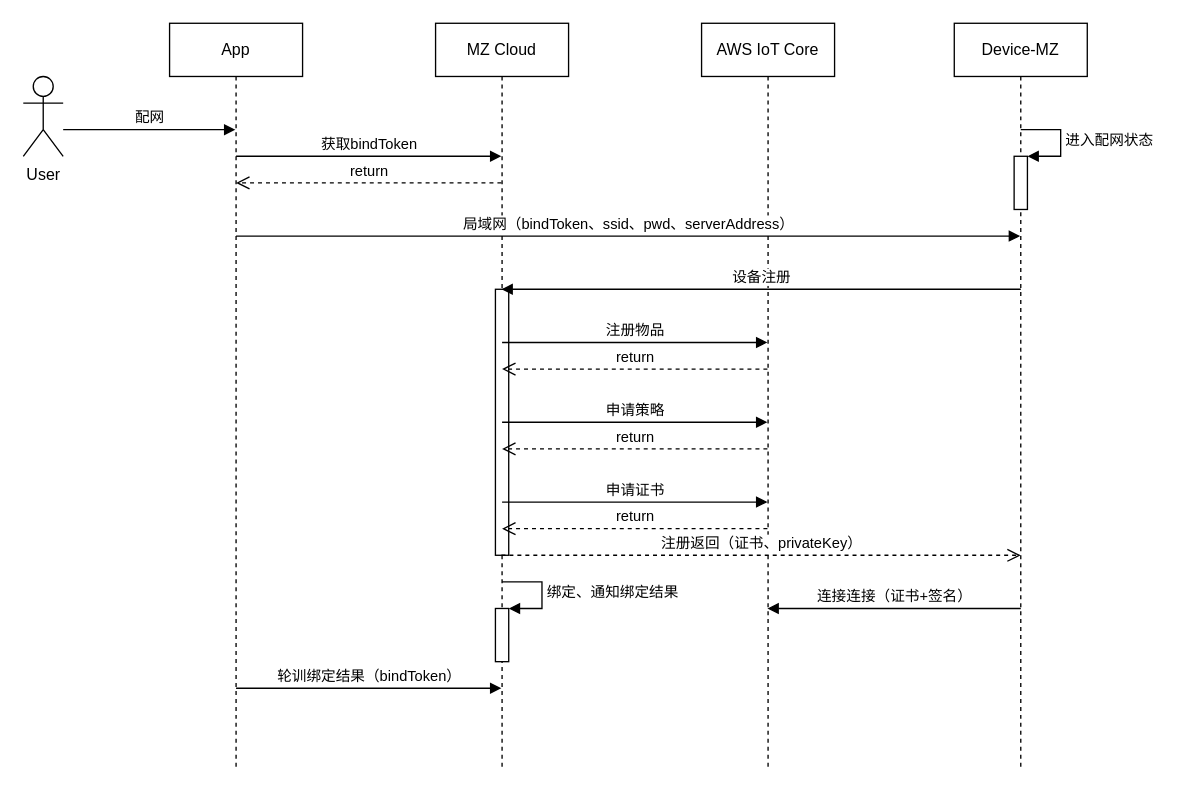
Jeff-Junfang/PNG keeps this draw.io diagram as device/AWS 配网.drawio. Above is the earlier version. Source tidied: cells renumbered, new cells numbered last; positions are measured from the earlier drawing's top-left corner, leaving out a move shared by most shapes. Both pictures are drawn from the tidied source at 133%, with x=0, y=0 at pixel (23, 23).
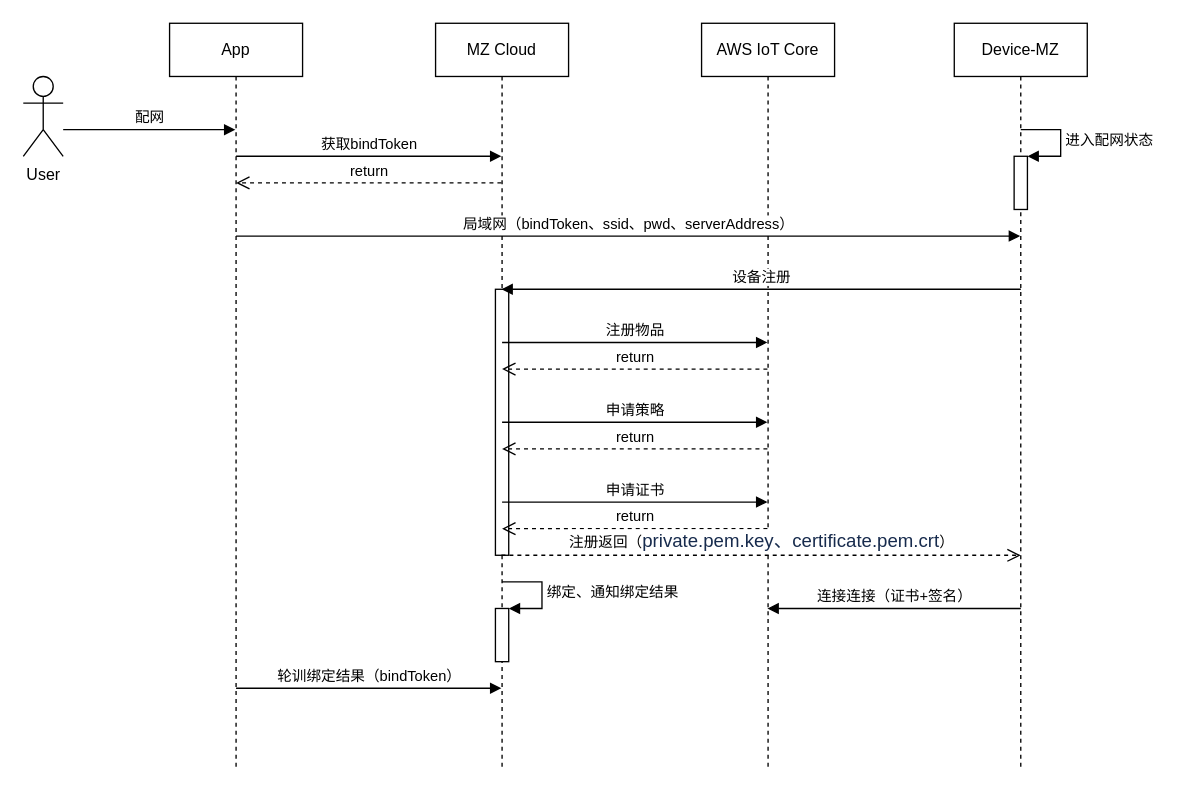
Above is the later version.

The change refers to these unchanged cells:
```xml
<mxCell id="4" value="MZ Cloud" style="shape=umlLifeline;perimeter=lifelinePerimeter;whiteSpace=wrap;html=1;outlineConnect=0;" parent="1" vertex="1">
  <mxGeometry x="310" width="100" height="560" as="geometry" />
</mxCell>
<mxCell id="19" value="Device-MZ" style="shape=umlLifeline;perimeter=lifelinePerimeter;whiteSpace=wrap;html=1;outlineConnect=0;" parent="1" vertex="1">
  <mxGeometry x="700" width="100" height="560" as="geometry" />
</mxCell>
```

Change to the diagram source:
```diff
@@
-    <mxCell id="23" value="注册返回（证书、privateKey）" style="html=1;verticalAlign=bottom;endArrow=open;dashed=1;endSize=8;" parent="19" edge="1" source="4">
+    <mxCell id="23" value="注册返回（&lt;span style=&quot;color: rgb(23 , 43 , 77) ; font-family: , &amp;#34;blinkmacsystemfont&amp;#34; , &amp;#34;segoe ui&amp;#34; , &amp;#34;roboto&amp;#34; , &amp;#34;oxygen&amp;#34; , &amp;#34;ubuntu&amp;#34; , &amp;#34;fira sans&amp;#34; , &amp;#34;droid sans&amp;#34; , &amp;#34;helvetica neue&amp;#34; , sans-serif ; font-size: 14px ; text-align: left&quot;&gt;private.pem.key、certificate.pem.crt&lt;/span&gt;）" style="html=1;verticalAlign=bottom;endArrow=open;dashed=1;endSize=8;" parent="19" edge="1" source="4">
       <mxGeometry relative="1" as="geometry">
         <mxPoint x="50" y="400" as="targetPoint" />
       </mxGeometry>
     </mxCell>
```
